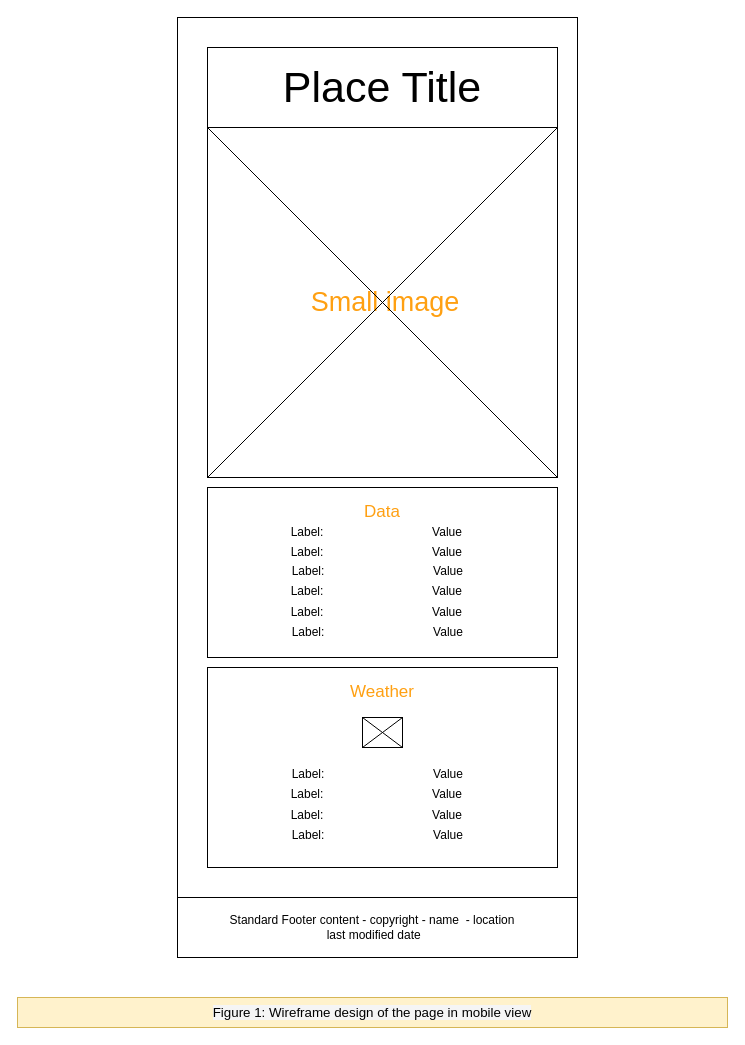
svpontes/wdd131 keeps this draw.io diagram as wireframes/place.drawio. Above is the earlier version. Source tidied: cells renumbered, new cells numbered last; positions are measured from the earlier drawing's top-left corner, leaving out a move shared by most shapes. Both pictures are drawn from the tidied source at 100%, with x=0, y=0 at pixel (17, 17).
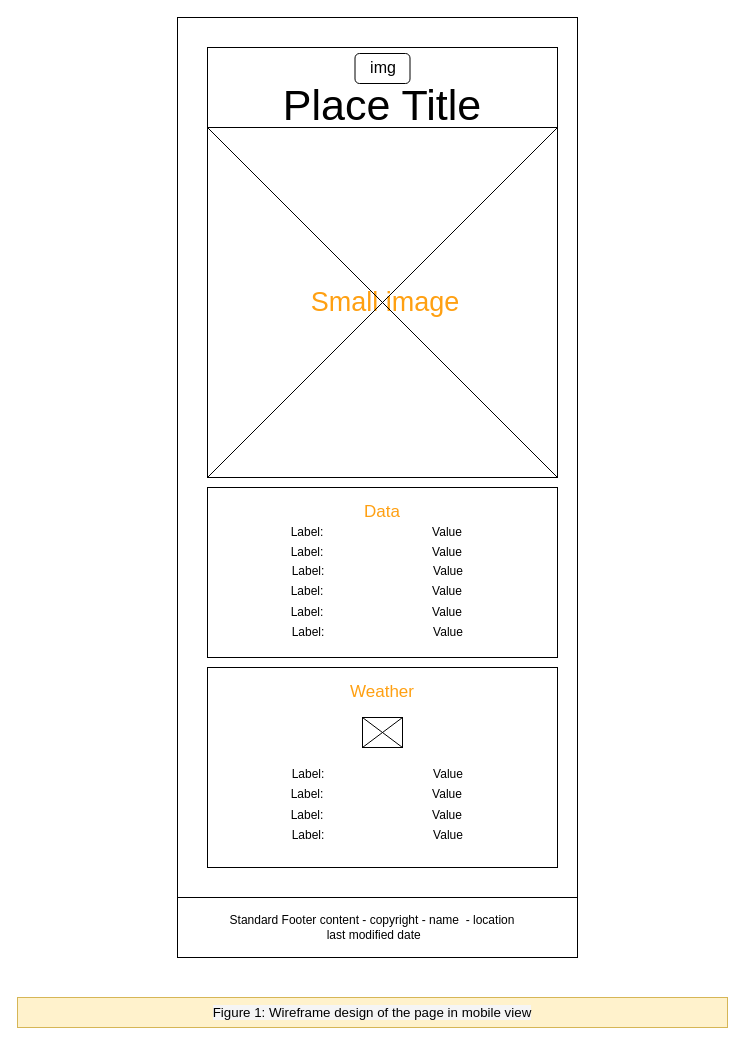
The same page after the edit.

Diff of the diagram source:
```diff
@@
     <mxCell id="5" value="Place Title" style="text;html=1;align=center;verticalAlign=middle;whiteSpace=wrap;rounded=0;fillColor=default;fontSize=43;" parent="1" vertex="1">
-      <mxGeometry x="210" y="45" width="310" height="50" as="geometry" />
+      <mxGeometry x="250" y="80" width="230" height="15" as="geometry" />
     </mxCell>
@@
+    <mxCell id="39" style="rounded=1;whiteSpace=wrap;html=1;" parent="1" vertex="1">
+      <mxGeometry x="337.5" y="36" width="55" height="30" as="geometry" />
+    </mxCell>
+    <mxCell id="40" value="img" style="text;html=1;align=center;verticalAlign=middle;whiteSpace=wrap;rounded=0;fontSize=16;" parent="1" vertex="1">
+      <mxGeometry x="335.5" y="35" width="60" height="30" as="geometry" />
+    </mxCell>
```
